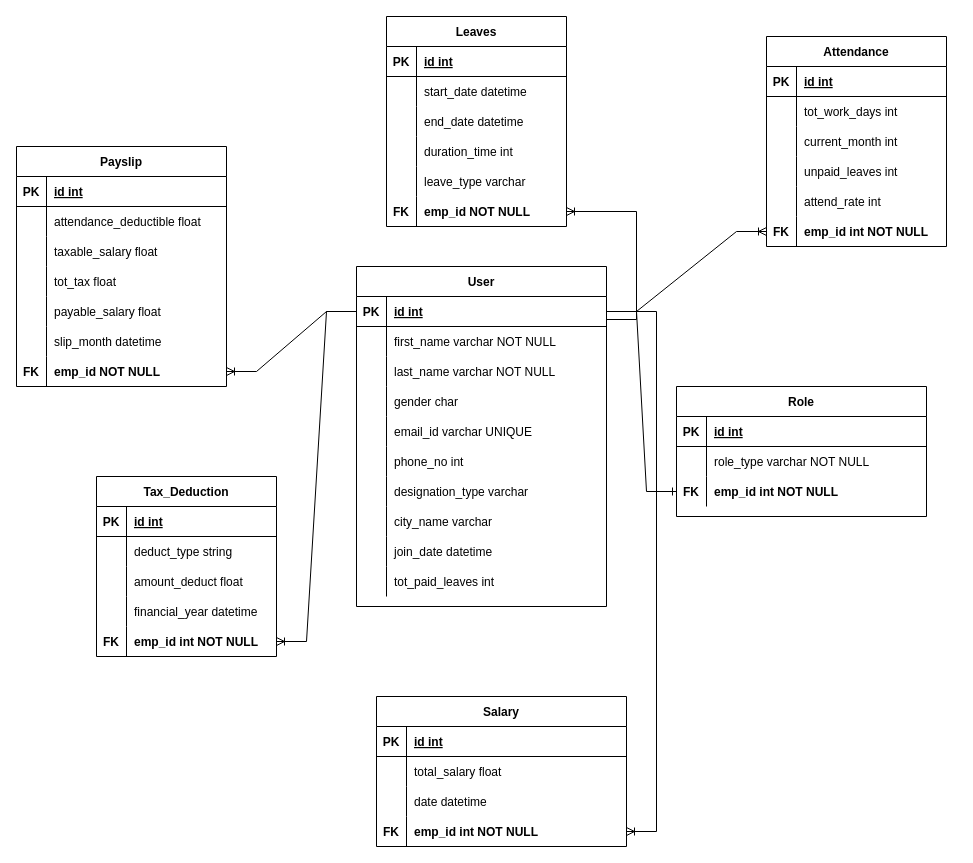
shlok-kalekar/PayrollSystem keeps this draw.io diagram as payrollsystem1.drawio. Above is the earlier version. Source tidied: cells renumbered, new cells numbered last; positions are measured from the earlier drawing's top-left corner, leaving out a move shared by most shapes. Both pictures are drawn from the tidied source at 100%, with x=0, y=0 at pixel (16, 16).
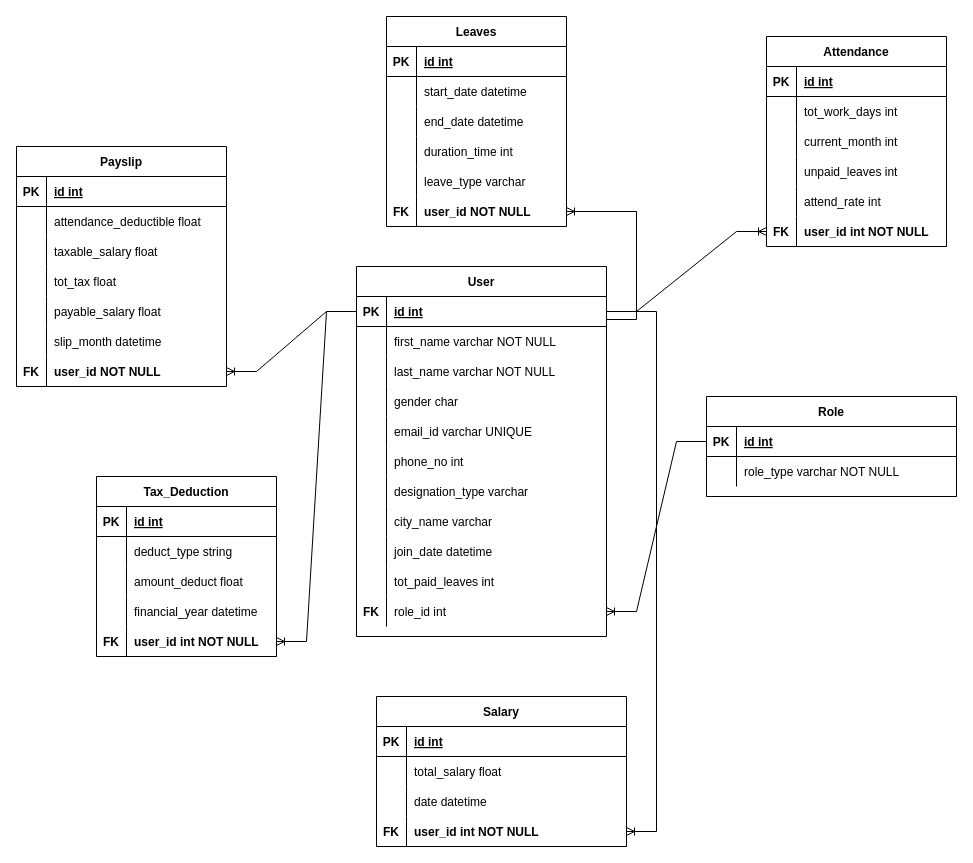
Above is the later version.

The change refers to these unchanged cells:
```xml
<mxCell id="3" style="shape=partialRectangle;fillColor=none;points=[[0,0.5],[1,0.5]];portConstraint=eastwest;top=0;left=0;right=0;bottom=1;" parent="2" vertex="1">
  <mxGeometry y="30" width="250" height="30" as="geometry" />
</mxCell>
<mxCell id="34" style="shape=partialRectangle;fillColor=none;points=[[0,0.5],[1,0.5]];portConstraint=eastwest;top=0;left=0;right=0;bottom=1;" parent="33" vertex="1">
  <mxGeometry y="30" width="250" height="30" as="geometry" />
</mxCell>
<mxCell id="54" style="shape=tableRow;horizontal=0;startSize=0;swimlaneHead=0;swimlaneBody=0;fillColor=none;points=[[0,0.5],[1,0.5]];portConstraint=eastwest;top=0;left=0;right=0;bottom=0;" parent="44" vertex="1">
  <mxGeometry y="120" width="250" height="30" as="geometry" />
</mxCell>
<mxCell id="73" style="shape=tableRow;horizontal=0;startSize=0;swimlaneHead=0;swimlaneBody=0;fillColor=none;points=[[0,0.5],[1,0.5]];portConstraint=eastwest;top=0;left=0;right=0;bottom=0;" parent="57" vertex="1">
  <mxGeometry y="180" width="180" height="30" as="geometry" />
</mxCell>
<mxCell id="89" style="shape=tableRow;horizontal=0;startSize=0;swimlaneHead=0;swimlaneBody=0;fillColor=none;points=[[0,0.5],[1,0.5]];portConstraint=eastwest;top=0;left=0;right=0;bottom=0;" parent="76" vertex="1">
  <mxGeometry y="150" width="180" height="30" as="geometry" />
</mxCell>
<mxCell id="108" style="shape=tableRow;horizontal=0;startSize=0;swimlaneHead=0;swimlaneBody=0;fillColor=none;points=[[0,0.5],[1,0.5]];portConstraint=eastwest;top=0;left=0;right=0;bottom=0;" parent="92" vertex="1">
  <mxGeometry y="180" width="180" height="30" as="geometry" />
</mxCell>
<mxCell id="130" style="shape=tableRow;horizontal=0;startSize=0;swimlaneHead=0;swimlaneBody=0;fillColor=none;points=[[0,0.5],[1,0.5]];portConstraint=eastwest;top=0;left=0;right=0;bottom=0;" parent="111" vertex="1">
  <mxGeometry y="210" width="210" height="30" as="geometry" />
</mxCell>
```

Diff of the diagram source:
```diff
@@
     <mxCell id="2" value="User" style="shape=table;startSize=30;childLayout=tableLayout;rowLines=0;fontStyle=1;align=center;" parent="1" vertex="1">
-      <mxGeometry x="340" y="250" width="250" height="340" as="geometry" />
+      <mxGeometry x="340" y="250" width="250" height="370" as="geometry" />
     </mxCell>
@@
+    <mxCell id="138" style="shape=tableRow;horizontal=0;startSize=0;swimlaneHead=0;swimlaneBody=0;fillColor=none;points=[[0,0.5],[1,0.5]];portConstraint=eastwest;top=0;left=0;right=0;bottom=0;" parent="2" vertex="1">
+      <mxGeometry y="330" width="250" height="30" as="geometry" />
+    </mxCell>
+    <mxCell id="41" value="FK" style="shape=partialRectangle;fillColor=none;top=0;left=0;bottom=0;right=0;fontStyle=1;overflow=hidden;" parent="138" vertex="1">
+      <mxGeometry width="30" height="30" as="geometry" />
+    </mxCell>
+    <mxCell id="139" value="role_id int" style="shape=partialRectangle;fillColor=none;top=0;left=0;bottom=0;right=0;align=left;spacingLeft=6;fontStyle=0;overflow=hidden;" parent="138" vertex="1">
+      <mxGeometry x="30" width="220" height="30" as="geometry" />
+    </mxCell>
     <mxCell id="33" value="Role" style="shape=table;startSize=30;childLayout=tableLayout;rowLines=0;fontStyle=1;align=center;" parent="1" vertex="1">
-      <mxGeometry x="660" y="370" width="250" height="130" as="geometry" />
+      <mxGeometry x="690" y="380" width="250" height="100" as="geometry" />
     </mxCell>
@@
-    <mxCell id="40" style="shape=partialRectangle;fillColor=none;points=[[0,0.5],[1,0.5]];portConstraint=eastwest;top=0;left=0;right=0;bottom=0;" parent="33" vertex="1">
-      <mxGeometry y="90" width="250" height="30" as="geometry" />
-    </mxCell>
-    <mxCell id="41" value="FK" style="shape=partialRectangle;overflow=hidden;fillColor=none;top=0;left=0;bottom=0;right=0;fontStyle=1;" parent="40" vertex="1">
-      <mxGeometry width="30" height="30" as="geometry" />
-    </mxCell>
-    <mxCell id="42" value="emp_id int NOT NULL" style="shape=partialRectangle;overflow=hidden;fillColor=none;top=0;left=0;bottom=0;right=0;align=left;spacingLeft=6;fontStyle=1;" parent="40" vertex="1">
-      <mxGeometry x="30" width="220" height="30" as="geometry" />
-    </mxCell>
-    <mxCell id="43" style="edgeStyle=entityRelationEdgeStyle;fontSize=12;html=1;endArrow=ERone;endFill=1;rounded=0;entryX=0;entryY=0.5;entryDx=0;entryDy=0;exitX=1;exitY=0.5;exitDx=0;exitDy=0;" parent="1" edge="1" source="3" target="40">
-      <mxGeometry relative="1" as="geometry" />
-    </mxCell>
@@
-    <mxCell id="56" value="emp_id int NOT NULL" style="shape=partialRectangle;fillColor=none;top=0;left=0;bottom=0;right=0;align=left;spacingLeft=6;fontStyle=1;overflow=hidden;" parent="54" vertex="1">
+    <mxCell id="56" value="user_id int NOT NULL" style="shape=partialRectangle;fillColor=none;top=0;left=0;bottom=0;right=0;align=left;spacingLeft=6;fontStyle=1;overflow=hidden;" parent="54" vertex="1">
       <mxGeometry x="30" width="220" height="30" as="geometry" />
     </mxCell>
@@
-    <mxCell id="75" value="emp_id int NOT NULL" style="shape=partialRectangle;fillColor=none;top=0;left=0;bottom=0;right=0;align=left;spacingLeft=6;fontStyle=1;overflow=hidden;" parent="73" vertex="1">
+    <mxCell id="75" value="user_id int NOT NULL" style="shape=partialRectangle;fillColor=none;top=0;left=0;bottom=0;right=0;align=left;spacingLeft=6;fontStyle=1;overflow=hidden;" parent="73" vertex="1">
       <mxGeometry x="30" width="150" height="30" as="geometry" />
     </mxCell>
@@
-    <mxCell id="91" value="emp_id int NOT NULL" style="shape=partialRectangle;fillColor=none;top=0;left=0;bottom=0;right=0;align=left;spacingLeft=6;fontStyle=1;overflow=hidden;" parent="89" vertex="1">
+    <mxCell id="91" value="user_id int NOT NULL" style="shape=partialRectangle;fillColor=none;top=0;left=0;bottom=0;right=0;align=left;spacingLeft=6;fontStyle=1;overflow=hidden;" parent="89" vertex="1">
       <mxGeometry x="30" width="150" height="30" as="geometry" />
     </mxCell>
@@
-    <mxCell id="110" value="emp_id NOT NULL" style="shape=partialRectangle;fillColor=none;top=0;left=0;bottom=0;right=0;align=left;spacingLeft=6;fontStyle=1;overflow=hidden;" parent="108" vertex="1">
+    <mxCell id="110" value="user_id NOT NULL" style="shape=partialRectangle;fillColor=none;top=0;left=0;bottom=0;right=0;align=left;spacingLeft=6;fontStyle=1;overflow=hidden;" parent="108" vertex="1">
       <mxGeometry x="30" width="150" height="30" as="geometry" />
     </mxCell>
@@
-    <mxCell id="132" value="emp_id NOT NULL" style="shape=partialRectangle;fillColor=none;top=0;left=0;bottom=0;right=0;align=left;spacingLeft=6;fontStyle=1;overflow=hidden;" parent="130" vertex="1">
+    <mxCell id="132" value="user_id NOT NULL" style="shape=partialRectangle;fillColor=none;top=0;left=0;bottom=0;right=0;align=left;spacingLeft=6;fontStyle=1;overflow=hidden;" parent="130" vertex="1">
       <mxGeometry x="30" width="180" height="30" as="geometry" />
     </mxCell>
@@
+    <mxCell id="140" style="edgeStyle=entityRelationEdgeStyle;fontSize=12;html=1;endArrow=ERoneToMany;rounded=0;exitX=0;exitY=0.5;exitDx=0;exitDy=0;" parent="1" edge="1" source="34" target="138">
+      <mxGeometry relative="1" as="geometry" />
+    </mxCell>
```
